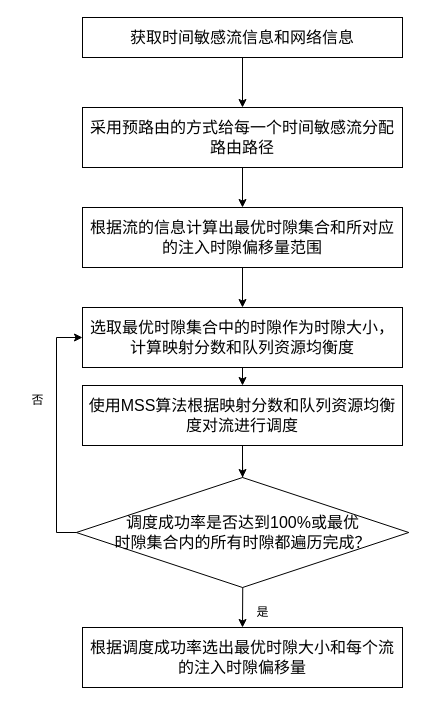
Above: 专利.drawio in AliChen0731/First (draw.io), before the change. Source tidied: cells renumbered, new cells numbered last; positions are measured from the earlier drawing's top-left corner, leaving out a move shared by most shapes. Both pictures are drawn from the tidied source at 100%, with x=0, y=0 at pixel (17, 17).
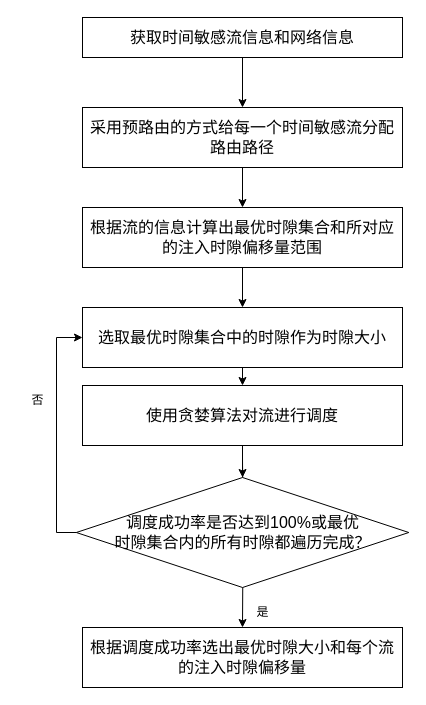
The same diagram, later.

The edit, as a diff of the source:
```diff
@@
-    <mxCell id="9" value="&lt;font face=&quot;Times New Roman&quot;&gt;&lt;span style=&quot;font-size: 16px;&quot;&gt;选取最优时隙集合中的时隙作为时隙大小，计算映射分数和队列资源均衡度&lt;/span&gt;&lt;/font&gt;" style="whiteSpace=wrap;html=1;rounded=0;" parent="1" vertex="1">
+    <mxCell id="9" value="&lt;font face=&quot;Times New Roman&quot;&gt;&lt;span style=&quot;font-size: 16px;&quot;&gt;选取最优时隙集合中的时隙作为时隙大小&lt;/span&gt;&lt;/font&gt;" style="whiteSpace=wrap;html=1;rounded=0;" parent="1" vertex="1">
       <mxGeometry x="65" y="290" width="320" height="60" as="geometry" />
     </mxCell>
@@
-    <mxCell id="17" value="&lt;font style=&quot;font-size: 16px;&quot;&gt;使用MSS算法根据映射分数和队列资源均衡度对流进行调度&lt;/font&gt;" style="rounded=0;whiteSpace=wrap;html=1;" parent="1" vertex="1">
+    <mxCell id="17" value="&lt;font style=&quot;font-size: 16px;&quot;&gt;使用贪婪算法对流进行调度&lt;/font&gt;" style="rounded=0;whiteSpace=wrap;html=1;" parent="1" vertex="1">
       <mxGeometry x="65" y="368" width="320" height="60" as="geometry" />
     </mxCell>
```
